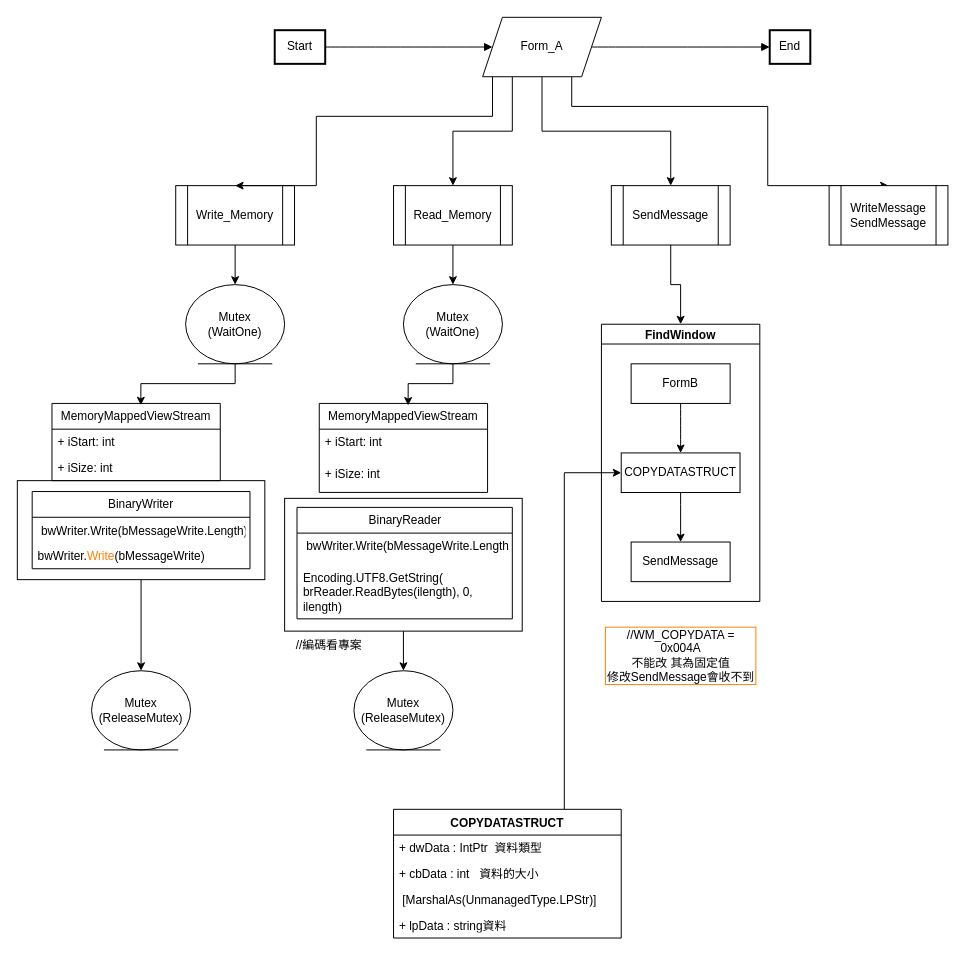
Above: ShareMemoryTest/SandMessage示例.drawio in FrostLotus/Project (draw.io), before the change. Source tidied: cells renumbered, new cells numbered last; positions are measured from the earlier drawing's top-left corner, leaving out a move shared by most shapes. Both pictures are drawn from the tidied source at 99%, with x=0, y=0 at pixel (17, 17).
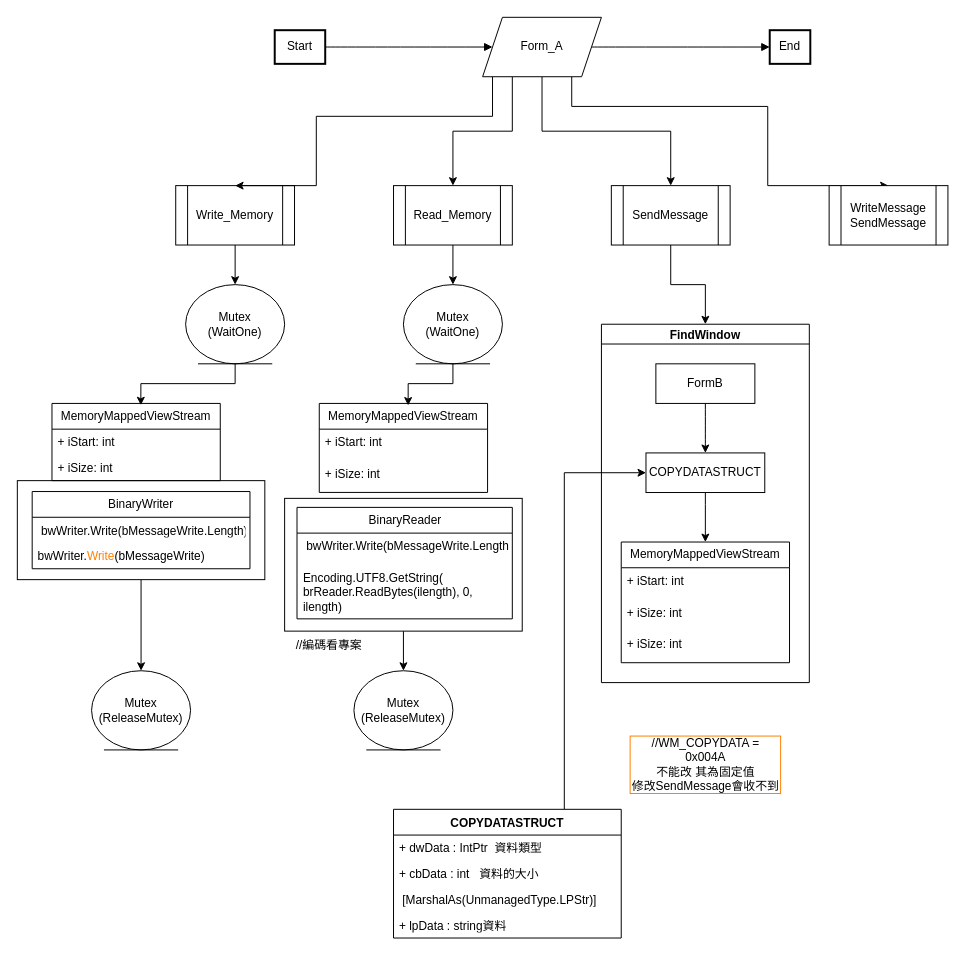
After the change.

Diff of the diagram source:
```diff
@@
     <mxCell id="49" value="FindWindow" style="swimlane;startSize=20;horizontal=1;flowOrientation=north;interRankCellSpacing=50;containerType=tree;fontSize=12;" parent="1" vertex="1">
-      <mxGeometry x="590" y="310" width="160" height="280" as="geometry" />
+      <mxGeometry x="590" y="310" width="210" height="362" as="geometry" />
     </mxCell>
     <mxCell id="50" value="FormB" style="whiteSpace=wrap;html=1;" parent="49" vertex="1">
-      <mxGeometry x="30" y="40" width="100" height="40" as="geometry" />
+      <mxGeometry x="55" y="40" width="100" height="40" as="geometry" />
     </mxCell>
-    <mxCell id="51" style="edgeStyle=orthogonalEdgeStyle;rounded=0;jettySize=auto;html=1;exitX=0.5;exitY=1;exitDx=0;exitDy=0;noEdgeStyle=1;orthogonal=1;" parent="49" edge="1" source="52" target="54">
-      <mxGeometry relative="1" as="geometry">
-        <Array as="points">
-          <mxPoint x="80" y="182" />
-          <mxPoint x="80" y="208" />
-        </Array>
-      </mxGeometry>
-    </mxCell>
+    <mxCell id="56" style="edgeStyle=orthogonalEdgeStyle;rounded=0;jettySize=auto;html=1;exitX=0.5;exitY=1;exitDx=0;exitDy=0;entryX=0.5;entryY=0;entryDx=0;entryDy=0;noEdgeStyle=1;orthogonal=1;" parent="49" edge="1" source="52" target="57">
+      <mxGeometry relative="1" as="geometry">
+        <Array as="points">
+          <mxPoint x="105" y="182" />
+          <mxPoint x="105" y="208" />
+        </Array>
+      </mxGeometry>
+    </mxCell>
     <mxCell id="52" value="COPYDATASTRUCT" style="whiteSpace=wrap;html=1;" parent="49" vertex="1">
-      <mxGeometry x="20" y="130" width="120" height="40" as="geometry" />
+      <mxGeometry x="45" y="130" width="120" height="40" as="geometry" />
     </mxCell>
     <mxCell id="53" style="html=1;rounded=1;curved=0;sourcePerimeterSpacing=0;targetPerimeterSpacing=0;startSize=6;endSize=6;noEdgeStyle=1;orthogonal=1;" parent="49" edge="1" source="50" target="52">
       <mxGeometry relative="1" as="geometry">
         <Array as="points">
-          <mxPoint x="80" y="92" />
-          <mxPoint x="80" y="118" />
+          <mxPoint x="105" y="92" />
+          <mxPoint x="105" y="118" />
         </Array>
       </mxGeometry>
     </mxCell>
-    <mxCell id="54" value="SendMessage" style="whiteSpace=wrap;html=1;" parent="49" vertex="1">
-      <mxGeometry x="30" y="220" width="100" height="40" as="geometry" />
-    </mxCell>
+    <mxCell id="57" value="MemoryMappedViewStream" style="swimlane;fontStyle=0;horizontal=1;startSize=26;fillColor=none;whiteSpace=wrap;html=1;" parent="49" vertex="1">
+      <mxGeometry x="20" y="220" width="170" height="121.9" as="geometry" />
+    </mxCell>
+    <mxCell id="58" value="+ iStart: int" style="text;strokeColor=none;fillColor=none;align=left;verticalAlign=top;spacingLeft=4;spacingRight=4;overflow=hidden;whiteSpace=wrap;html=1;" parent="57" vertex="1">
+      <mxGeometry y="26" width="170" height="32" as="geometry" />
+    </mxCell>
+    <mxCell id="59" value="+ iSize: int" style="text;strokeColor=none;fillColor=none;align=left;verticalAlign=top;spacingLeft=4;spacingRight=4;overflow=hidden;whiteSpace=wrap;html=1;" parent="57" vertex="1">
+      <mxGeometry y="58" width="170" height="32" as="geometry" />
+    </mxCell>
+    <mxCell id="60" value="+ iSize: int" style="text;strokeColor=none;fillColor=none;align=left;verticalAlign=top;spacingLeft=4;spacingRight=4;overflow=hidden;whiteSpace=wrap;html=1;" parent="57" vertex="1">
+      <mxGeometry y="89.9" width="170" height="32" as="geometry" />
+    </mxCell>
     <mxCell id="55" value="//WM_COPYDATA = 0x004A&lt;br&gt;不能改 其為固定值&lt;br&gt;修改SendMessage會收不到" style="text;html=1;strokeColor=none;fillColor=none;align=center;verticalAlign=middle;whiteSpace=wrap;rounded=0;labelBorderColor=#FF8000;" parent="1" vertex="1">
-      <mxGeometry x="592.5" y="600" width="155" height="90" as="geometry" />
+      <mxGeometry x="617.5" y="710" width="155" height="90" as="geometry" />
     </mxCell>
```
